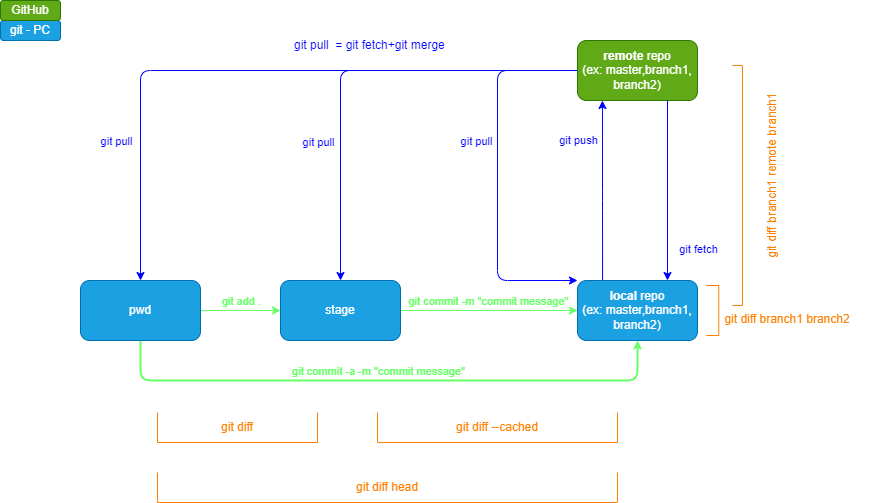
rickey-alok/techwriter-go-to-doc keeps this draw.io diagram as img/workflow-git.drawio.png. Above is the earlier version. Source tidied: cells renumbered, new cells last; positions are measured from the earlier drawing's top-left corner, leaving out a move shared by most shapes.
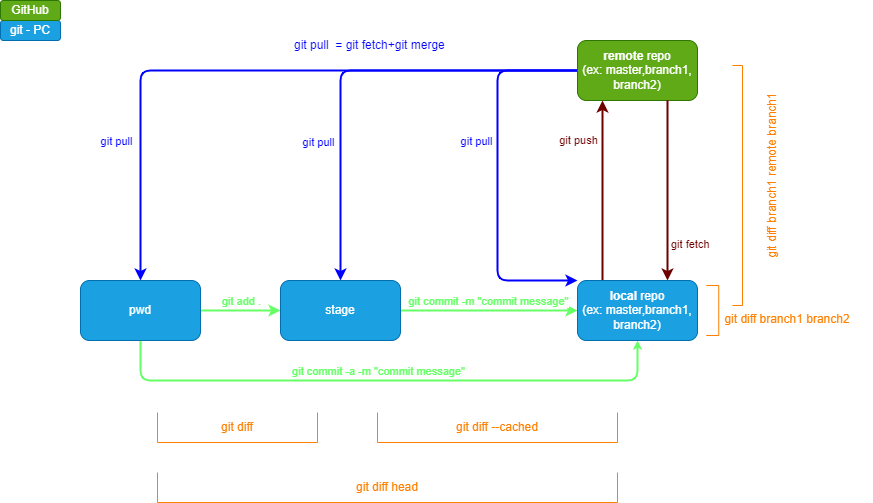
After the commit.

Diff of the diagram source:
```diff
@@ -2,7 +2,7 @@
   <root>
     <mxCell id="0" />
     <mxCell id="1" parent="0" />
-    <mxCell id="2" style="edgeStyle=none;html=1;entryX=0.5;entryY=0;entryDx=0;entryDy=0;fontColor=#66FF66;strokeColor=#0000FF;exitX=0;exitY=0.5;exitDx=0;exitDy=0;" parent="1" edge="1" source="18" target="11">
+    <mxCell id="2" style="edgeStyle=none;html=1;entryX=0.5;entryY=0;entryDx=0;entryDy=0;fontColor=#66FF66;strokeColor=#0000FF;exitX=0;exitY=0.5;exitDx=0;exitDy=0;strokeWidth=2;" parent="1" edge="1" source="18" target="11">
       <mxGeometry relative="1" as="geometry">
         <Array as="points">
           <mxPoint x="140" y="70" />
@@ -14,7 +14,7 @@
         <mxPoint x="-107" y="69" as="offset" />
       </mxGeometry>
     </mxCell>
-    <mxCell id="4" style="edgeStyle=none;html=1;entryX=0.5;entryY=0;entryDx=0;entryDy=0;fontColor=#66FF66;strokeColor=#0000FF;exitX=0;exitY=0.5;exitDx=0;exitDy=0;" parent="1" edge="1" source="18" target="14">
+    <mxCell id="4" style="edgeStyle=none;html=1;entryX=0.5;entryY=0;entryDx=0;entryDy=0;fontColor=#66FF66;strokeColor=#0000FF;exitX=0;exitY=0.5;exitDx=0;exitDy=0;strokeWidth=2;" parent="1" edge="1" source="18" target="14">
       <mxGeometry relative="1" as="geometry">
         <Array as="points">
           <mxPoint x="340" y="70" />
@@ -26,7 +26,7 @@
         <mxPoint x="-20" y="-9" as="offset" />
       </mxGeometry>
     </mxCell>
-    <mxCell id="6" style="edgeStyle=none;html=1;entryX=0;entryY=0;entryDx=0;entryDy=0;fontColor=#66FF66;strokeColor=#0000FF;exitX=0;exitY=0.5;exitDx=0;exitDy=0;" parent="1" edge="1" source="18" target="17">
+    <mxCell id="6" style="edgeStyle=none;html=1;entryX=0;entryY=0;entryDx=0;entryDy=0;fontColor=#66FF66;strokeColor=#0000FF;exitX=0;exitY=0.5;exitDx=0;exitDy=0;strokeWidth=2;" parent="1" edge="1" source="18" target="17">
       <mxGeometry relative="1" as="geometry">
         <Array as="points">
           <mxPoint x="497" y="70" />
@@ -39,7 +39,7 @@
         <mxPoint x="-21" y="11" as="offset" />
       </mxGeometry>
     </mxCell>
-    <mxCell id="8" style="edgeStyle=none;html=1;strokeColor=#66FF66;fillColor=#60a917;" parent="1" edge="1" source="11" target="14">
+    <mxCell id="8" style="edgeStyle=none;html=1;strokeColor=#66FF66;fillColor=#60a917;strokeWidth=2;" parent="1" edge="1" source="11" target="14">
       <mxGeometry relative="1" as="geometry" />
     </mxCell>
     <mxCell id="9" value="git add ." style="edgeLabel;html=1;align=center;verticalAlign=middle;fontColor=#66FF66;" parent="8" vertex="1">
@@ -59,7 +59,7 @@
     <mxCell id="11" value="pwd" style="rounded=1;whiteSpace=wrap;html=1;fillColor=#1ba1e2;fontColor=#ffffff;strokeColor=#006EAF;" parent="1" vertex="1">
       <mxGeometry x="80" y="280" width="120" height="60" as="geometry" />
     </mxCell>
-    <mxCell id="12" style="edgeStyle=none;html=1;entryX=0;entryY=0.5;entryDx=0;entryDy=0;strokeColor=#66FF66;fillColor=#60a917;" parent="1" edge="1" source="14" target="17">
+    <mxCell id="12" style="edgeStyle=none;html=1;entryX=0;entryY=0.5;entryDx=0;entryDy=0;strokeColor=#66FF66;fillColor=#60a917;strokeWidth=2;" parent="1" edge="1" source="14" target="17">
       <mxGeometry relative="1" as="geometry" />
     </mxCell>
     <mxCell id="13" value="git commit -m &quot;commit message&quot;" style="edgeLabel;html=1;align=center;verticalAlign=middle;fontColor=#66FF66;" parent="12" vertex="1">
@@ -70,14 +70,14 @@
     <mxCell id="14" value="stage" style="rounded=1;whiteSpace=wrap;html=1;fillColor=#1ba1e2;fontColor=#ffffff;strokeColor=#006EAF;" parent="1" vertex="1">
       <mxGeometry x="280" y="280" width="120" height="60" as="geometry" />
     </mxCell>
-    <mxCell id="15" style="edgeStyle=none;html=1;fontColor=#66FF66;exitX=0.209;exitY=0.003;exitDx=0;exitDy=0;exitPerimeter=0;strokeColor=#0000FF;entryX=0.208;entryY=1;entryDx=0;entryDy=0;entryPerimeter=0;" parent="1" edge="1" source="17" target="18">
+    <mxCell id="15" style="edgeStyle=none;html=1;fontColor=#66FF66;exitX=0.209;exitY=0.003;exitDx=0;exitDy=0;exitPerimeter=0;strokeColor=#6F0000;entryX=0.208;entryY=1;entryDx=0;entryDy=0;entryPerimeter=0;fillColor=#a20025;strokeWidth=2;" parent="1" edge="1" source="17" target="18">
       <mxGeometry relative="1" as="geometry">
         <Array as="points">
           <mxPoint x="602" y="200" />
         </Array>
       </mxGeometry>
     </mxCell>
-    <mxCell id="16" value="git push" style="edgeLabel;html=1;align=center;verticalAlign=middle;fontColor=#0000FF;" parent="15" vertex="1">
+    <mxCell id="16" value="git push" style="edgeLabel;html=1;align=center;verticalAlign=middle;fontColor=#6F0000;" parent="15" vertex="1">
       <mxGeometry x="-0.16" y="-1" relative="1" as="geometry">
         <mxPoint x="-26" y="-65" as="offset" />
       </mxGeometry>
@@ -88,14 +88,9 @@
     <mxCell id="18" value="&lt;b&gt;remote &lt;/b&gt;repo&lt;br&gt;(ex: master,branch1, branch2)" style="rounded=1;whiteSpace=wrap;html=1;fillColor=#60a917;fontColor=#ffffff;strokeColor=#2D7600;" parent="1" vertex="1">
       <mxGeometry x="577" y="40" width="120" height="60" as="geometry" />
     </mxCell>
-    <mxCell id="19" style="edgeStyle=none;html=1;entryX=0.75;entryY=0;entryDx=0;entryDy=0;fontColor=#66FF66;exitX=0.75;exitY=1;exitDx=0;exitDy=0;strokeColor=#0000FF;" parent="1" edge="1" source="18" target="17">
+    <mxCell id="19" style="edgeStyle=none;html=1;entryX=0.75;entryY=0;entryDx=0;entryDy=0;fontColor=#66FF66;exitX=0.75;exitY=1;exitDx=0;exitDy=0;strokeColor=#6F0000;fillColor=#a20025;strokeWidth=2;" parent="1" edge="1" source="18" target="17">
       <mxGeometry relative="1" as="geometry" />
     </mxCell>
-    <mxCell id="20" value="git fetch" style="edgeLabel;html=1;align=center;verticalAlign=middle;fontColor=#0000FF;" parent="19" vertex="1">
-      <mxGeometry x="0.24" y="1" relative="1" as="geometry">
-        <mxPoint x="29" y="37" as="offset" />
-      </mxGeometry>
-    </mxCell>
     <mxCell id="21" value="git diff" style="shape=partialRectangle;whiteSpace=wrap;html=1;bottom=1;right=1;left=1;top=0;fillColor=none;routingCenterX=-0.5;fontColor=#FF8000;strokeColor=#FF8000;" parent="1" vertex="1">
       <mxGeometry x="157" y="412" width="160" height="30" as="geometry" />
     </mxCell>
@@ -129,5 +124,10 @@
     <mxCell id="31" value="git commit -a -m &quot;commit message&quot;" style="edgeLabel;html=1;align=center;verticalAlign=middle;fontColor=#66FF66;" parent="1" vertex="1">
       <mxGeometry x="377" y="370" as="geometry" />
     </mxCell>
+    <mxCell id="20" value="git fetch" style="edgeLabel;html=1;align=left;verticalAlign=middle;fontColor=#6F0000;" parent="1" vertex="1">
+      <mxGeometry x="687" y="250" as="geometry">
+        <mxPoint x="-18" y="-6" as="offset" />
+      </mxGeometry>
+    </mxCell>
   </root>
 </mxGraphModel>
```
